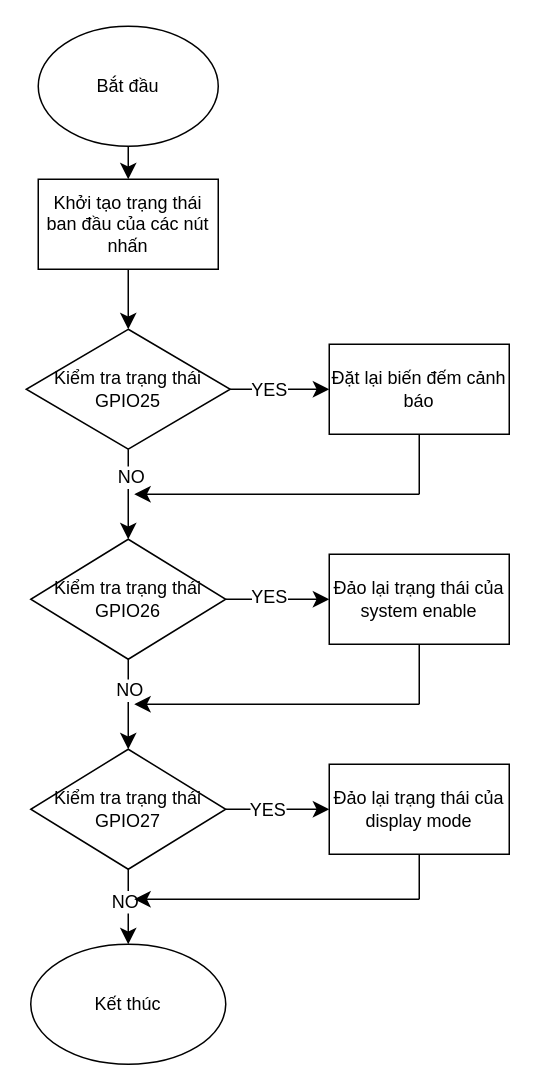
ngxziet/doan1 keeps this draw.io diagram as xử lý nút nhấn.drawio. Above is the earlier version. Source tidied: cells renumbered, new cells numbered last; positions are measured from the earlier drawing's top-left corner, leaving out a move shared by most shapes. Both pictures are drawn from the tidied source at 150%, with x=0, y=0 at pixel (26, 26).
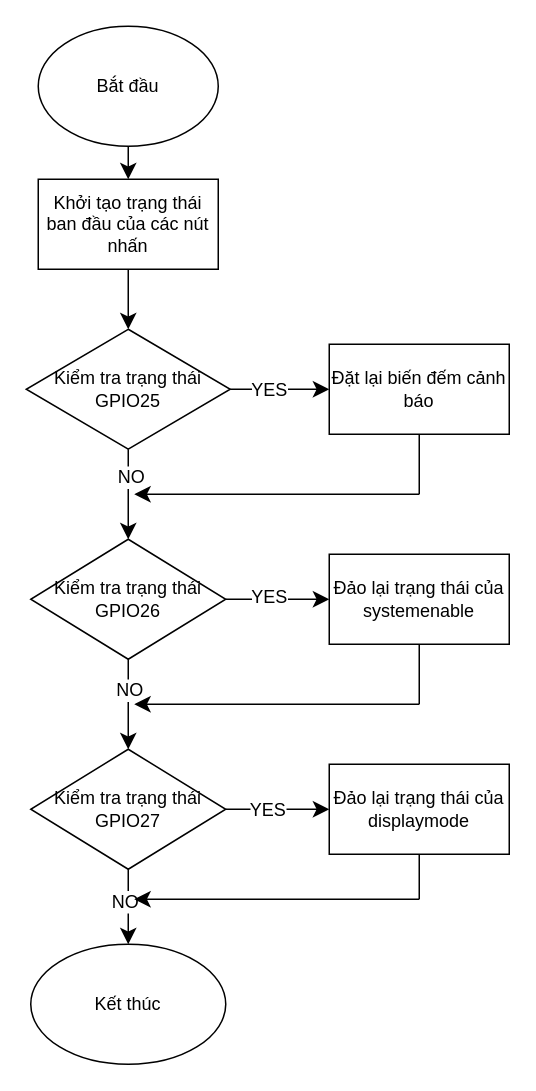
After the change.

Commit message (it also covers changes not shown here):
Cập nhật xử lý nút nhấn.drawio

The edit, as a diff of the source:
```diff
@@
-    <mxCell id="24" value="Đảo lại trạng thái của system enable" style="rounded=0;whiteSpace=wrap;html=1;" parent="1" vertex="1">
+    <mxCell id="24" value="Đảo lại trạng thái của systemenable" style="rounded=0;whiteSpace=wrap;html=1;" parent="1" vertex="1">
       <mxGeometry x="202" y="352" width="120" height="60" as="geometry" />
     </mxCell>
@@
-    <mxCell id="27" value="Đảo lại trạng thái của display mode" style="whiteSpace=wrap;html=1;" parent="1" vertex="1">
+    <mxCell id="27" value="Đảo lại trạng thái của displaymode" style="whiteSpace=wrap;html=1;" parent="1" vertex="1">
       <mxGeometry x="202" y="492" width="120" height="60" as="geometry" />
     </mxCell>
```
